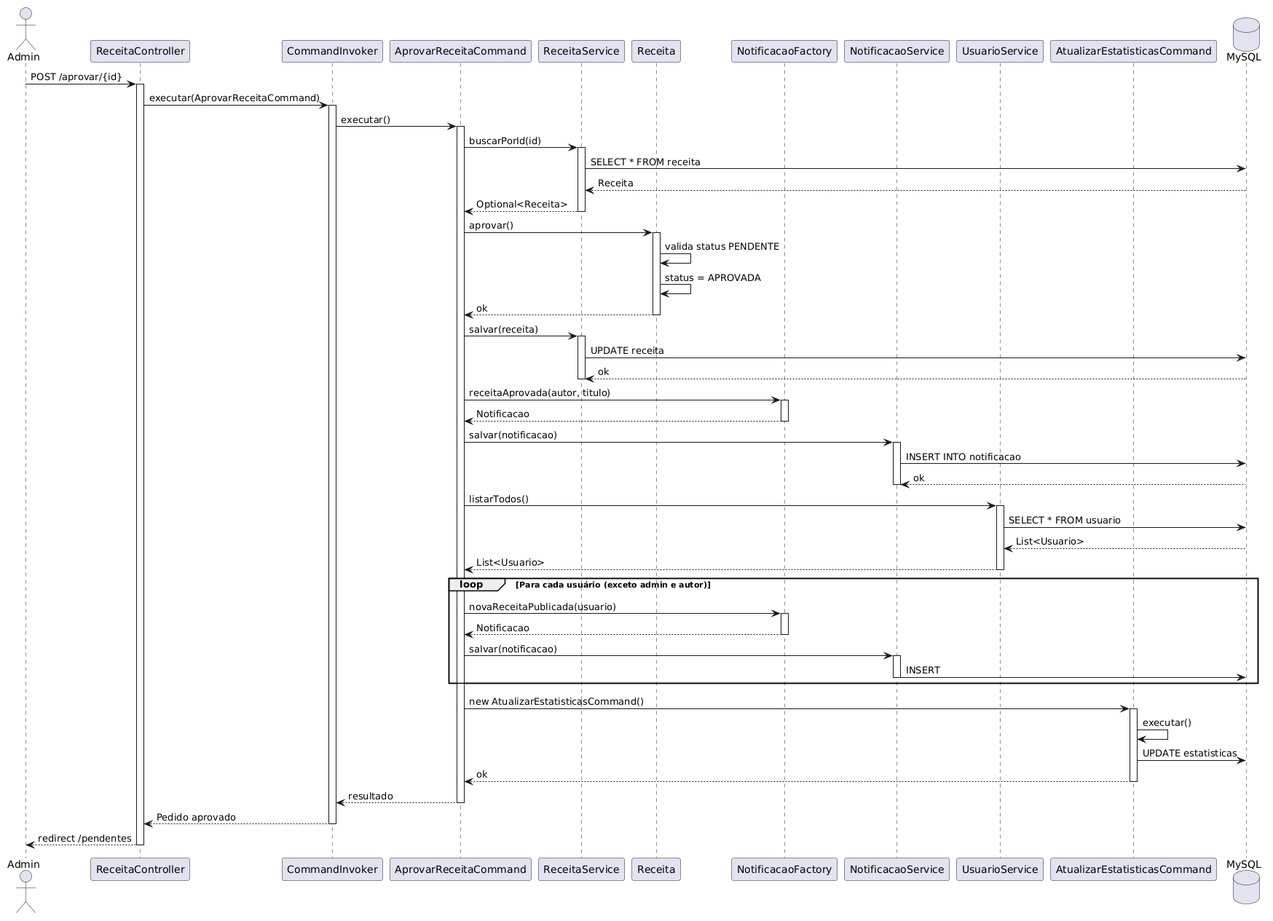
The PlantUML diagram Diagramas/Diagramas de Sequência/Receita/Diagrama de Sequencia - Aprovar Receita.png in MatheusAbib/Jornal-de-Receitas, before a commit. The source it was exported from:
```plantuml
@startuml
actor "Admin" as admin
participant "ReceitaController" as controller
participant "CommandInvoker" as invoker
participant "AprovarReceitaCommand" as cmd
participant "ReceitaService" as recService
participant "Receita" as receita
participant "NotificacaoFactory" as notifFactory
participant "NotificacaoService" as notifService
participant "UsuarioService" as userService
participant "AtualizarEstatisticasCommand" as cmdEst
database "MySQL" as db

admin -> controller : POST /aprovar/{id}
activate controller

controller -> invoker : executar(AprovarReceitaCommand)
activate invoker
invoker -> cmd : executar()
activate cmd

cmd -> recService : buscarPorId(id)
activate recService
recService -> db : SELECT * FROM receita
db --> recService : Receita
recService --> cmd : Optional<Receita>
deactivate recService

cmd -> receita : aprovar()
activate receita
receita -> receita : valida status PENDENTE
receita -> receita : status = APROVADA
receita --> cmd : ok
deactivate receita

cmd -> recService : salvar(receita)
activate recService
recService -> db : UPDATE receita
db --> recService : ok
deactivate recService

cmd -> notifFactory : receitaAprovada(autor, titulo)
activate notifFactory
notifFactory --> cmd : Notificacao
deactivate notifFactory

cmd -> notifService : salvar(notificacao)
activate notifService
notifService -> db : INSERT INTO notificacao
db --> notifService : ok
deactivate notifService

cmd -> userService : listarTodos()
activate userService
userService -> db : SELECT * FROM usuario
db --> userService : List<Usuario>
userService --> cmd : List<Usuario>
deactivate userService

loop Para cada usuário (exceto admin e autor)
    cmd -> notifFactory : novaReceitaPublicada(usuario)
    activate notifFactory
    notifFactory --> cmd : Notificacao
    deactivate notifFactory
    cmd -> notifService : salvar(notificacao)
    activate notifService
    notifService -> db : INSERT
    deactivate notifService
end

cmd -> cmdEst : new AtualizarEstatisticasCommand()
activate cmdEst
cmdEst -> cmdEst : executar()
cmdEst -> db : UPDATE estatisticas
cmdEst --> cmd : ok
deactivate cmdEst

cmd --> invoker : resultado
deactivate cmd
invoker --> controller : Pedido aprovado
deactivate invoker

controller --> admin : redirect /pendentes
deactivate controller
@enduml
```
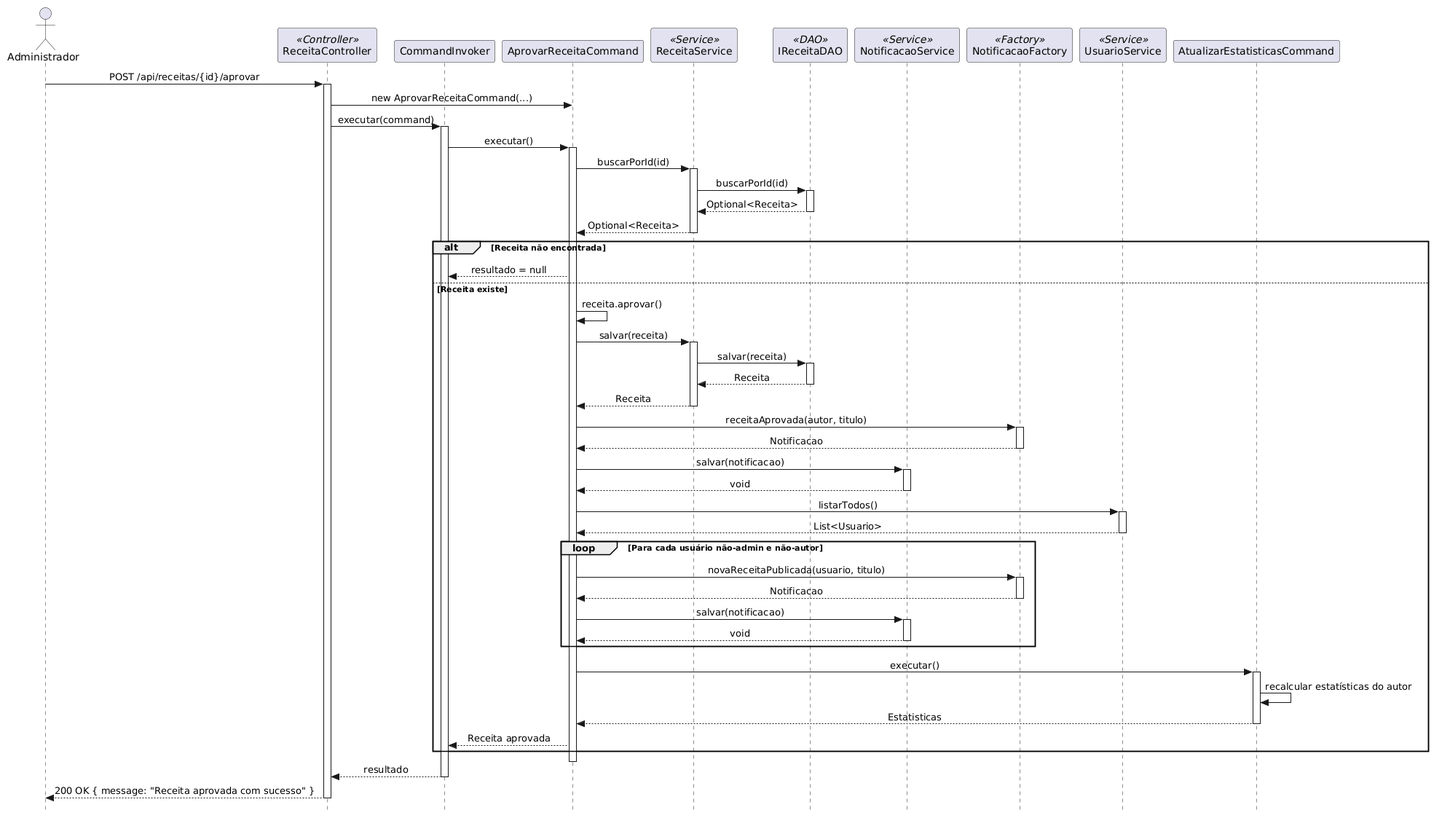
After the commit.

Diff of the diagram source:
```diff
@@ -1,85 +1,78 @@
 @startuml
-actor "Admin" as admin
-participant "ReceitaController" as controller
+skinparam style strictuml
+skinparam sequenceMessageAlign center
+skinparam shadowing false
+
+actor "Administrador" as admin
+participant "ReceitaController" as ctrl <<Controller>>
 participant "CommandInvoker" as invoker
 participant "AprovarReceitaCommand" as cmd
-participant "ReceitaService" as recService
-participant "Receita" as receita
-participant "NotificacaoFactory" as notifFactory
-participant "NotificacaoService" as notifService
-participant "UsuarioService" as userService
+participant "ReceitaService" as recSvc <<Service>>
+participant "IReceitaDAO" as recDao <<DAO>>
+participant "NotificacaoService" as notifSvc <<Service>>
+participant "NotificacaoFactory" as notifFactory <<Factory>>
+participant "UsuarioService" as userSvc <<Service>>
 participant "AtualizarEstatisticasCommand" as cmdEst
-database "MySQL" as db
 
-admin -> controller : POST /aprovar/{id}
-activate controller
-
-controller -> invoker : executar(AprovarReceitaCommand)
+admin -> ctrl: POST /api/receitas/{id}/aprovar
+activate ctrl
+ctrl -> cmd: new AprovarReceitaCommand(...)
+ctrl -> invoker: executar(command)
 activate invoker
-invoker -> cmd : executar()
+invoker -> cmd: executar()
 activate cmd
-
-cmd -> recService : buscarPorId(id)
-activate recService
-recService -> db : SELECT * FROM receita
-db --> recService : Receita
-recService --> cmd : Optional<Receita>
-deactivate recService
-
-cmd -> receita : aprovar()
-activate receita
-receita -> receita : valida status PENDENTE
-receita -> receita : status = APROVADA
-receita --> cmd : ok
-deactivate receita
-
-cmd -> recService : salvar(receita)
-activate recService
-recService -> db : UPDATE receita
-db --> recService : ok
-deactivate recService
-
-cmd -> notifFactory : receitaAprovada(autor, titulo)
-activate notifFactory
-notifFactory --> cmd : Notificacao
-deactivate notifFactory
-
-cmd -> notifService : salvar(notificacao)
-activate notifService
-notifService -> db : INSERT INTO notificacao
-db --> notifService : ok
-deactivate notifService
-
-cmd -> userService : listarTodos()
-activate userService
-userService -> db : SELECT * FROM usuario
-db --> userService : List<Usuario>
-userService --> cmd : List<Usuario>
-deactivate userService
-
-loop Para cada usuário (exceto admin e autor)
-    cmd -> notifFactory : novaReceitaPublicada(usuario)
+cmd -> recSvc: buscarPorId(id)
+activate recSvc
+recSvc -> recDao: buscarPorId(id)
+activate recDao
+recDao --> recSvc: Optional<Receita>
+deactivate recDao
+recSvc --> cmd: Optional<Receita>
+deactivate recSvc
+alt Receita não encontrada
+    cmd --> invoker: resultado = null
+else Receita existe
+    cmd -> cmd: receita.aprovar()
+    cmd -> recSvc: salvar(receita)
+    activate recSvc
+    recSvc -> recDao: salvar(receita)
+    activate recDao
+    recDao --> recSvc: Receita
+    deactivate recDao
+    recSvc --> cmd: Receita
+    deactivate recSvc
+    cmd -> notifFactory: receitaAprovada(autor, titulo)
     activate notifFactory
-    notifFactory --> cmd : Notificacao
+    notifFactory --> cmd: Notificacao
     deactivate notifFactory
-    cmd -> notifService : salvar(notificacao)
-    activate notifService
-    notifService -> db : INSERT
-    deactivate notifService
+    cmd -> notifSvc: salvar(notificacao)
+    activate notifSvc
+    notifSvc --> cmd: void
+    deactivate notifSvc
+    cmd -> userSvc: listarTodos()
+    activate userSvc
+    userSvc --> cmd: List<Usuario>
+    deactivate userSvc
+    loop Para cada usuário não-admin e não-autor
+        cmd -> notifFactory: novaReceitaPublicada(usuario, titulo)
+        activate notifFactory
+        notifFactory --> cmd: Notificacao
+        deactivate notifFactory
+        cmd -> notifSvc: salvar(notificacao)
+        activate notifSvc
+        notifSvc --> cmd: void
+        deactivate notifSvc
+    end
+    cmd -> cmdEst: executar()
+    activate cmdEst
+    cmdEst -> cmdEst: recalcular estatísticas do autor
+    cmdEst --> cmd: Estatisticas
+    deactivate cmdEst
+    cmd --> invoker: Receita aprovada
 end
-
-cmd -> cmdEst : new AtualizarEstatisticasCommand()
-activate cmdEst
-cmdEst -> cmdEst : executar()
-cmdEst -> db : UPDATE estatisticas
-cmdEst --> cmd : ok
-deactivate cmdEst
-
-cmd --> invoker : resultado
 deactivate cmd
-invoker --> controller : Pedido aprovado
+invoker --> ctrl: resultado
 deactivate invoker
-
-controller --> admin : redirect /pendentes
-deactivate controller
+ctrl --> admin: 200 OK { message: "Receita aprovada com sucesso" }
+deactivate ctrl
 @enduml
```
